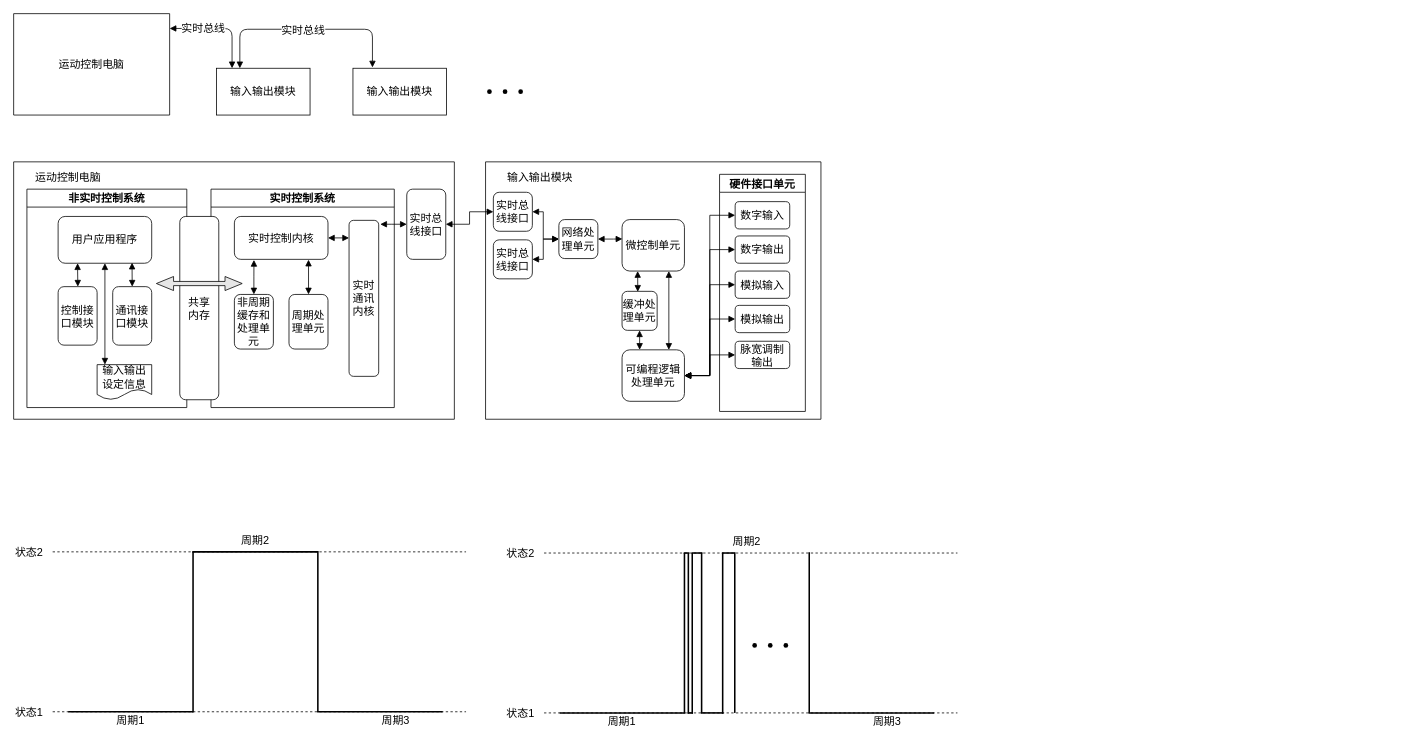
leeywin/work keeps this draw.io diagram as patent/drawing/Untitled Diagram.drawio. Above is the earlier version. Source tidied: cells renumbered, new cells numbered last; positions are measured from the earlier drawing's top-left corner, leaving out a move shared by most shapes. Both pictures are drawn from the tidied source at 78%, with x=0, y=0 at pixel (13, 13).
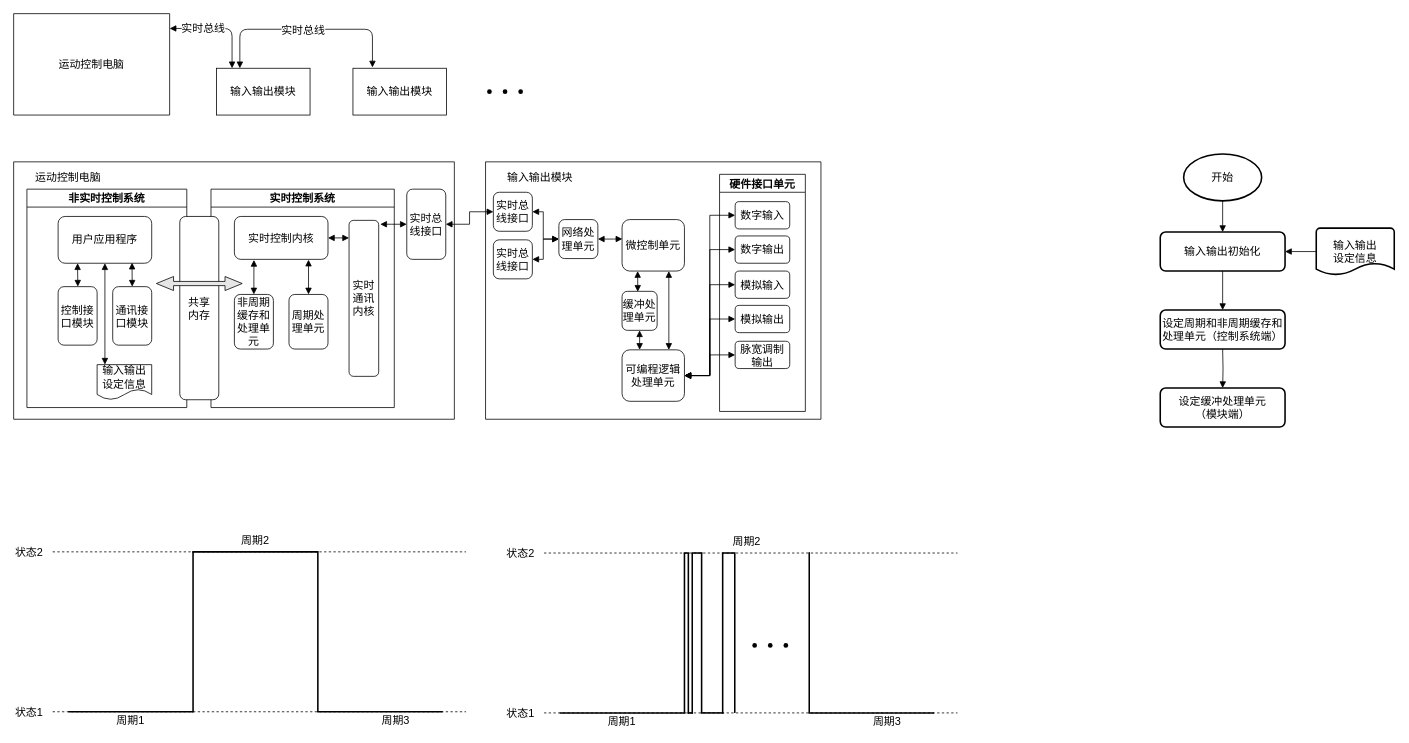
The same diagram, later.

What changed in the source:
```diff
@@
+    <mxCell id="101" parent="0" />
+    <mxCell id="102" style="edgeStyle=orthogonalEdgeStyle;rounded=0;jettySize=auto;html=1;fontSize=14;startArrow=none;startFill=0;endArrow=block;endFill=1;fillColor=#E6E6E6;" parent="101" edge="1" source="103" target="105">
+      <mxGeometry relative="1" as="geometry" />
+    </mxCell>
+    <mxCell id="103" value="开始" style="strokeWidth=2;html=1;shape=mxgraph.flowchart.start_1;whiteSpace=wrap;shadow=0;fontSize=14;fillColor=none;" parent="101" vertex="1">
+      <mxGeometry x="1500" y="180" width="100" height="60" as="geometry" />
+    </mxCell>
+    <mxCell id="104" style="edgeStyle=orthogonalEdgeStyle;rounded=0;jettySize=auto;html=1;fontSize=14;startArrow=none;startFill=0;endArrow=block;endFill=1;fillColor=#E6E6E6;" parent="101" edge="1" source="105" target="106">
+      <mxGeometry relative="1" as="geometry" />
+    </mxCell>
+    <mxCell id="105" value="输入输出初始化" style="rounded=1;whiteSpace=wrap;html=1;absoluteArcSize=1;arcSize=14;strokeWidth=2;shadow=0;fontSize=14;fillColor=none;" parent="101" vertex="1">
+      <mxGeometry x="1470" y="280" width="160" height="50" as="geometry" />
+    </mxCell>
+    <mxCell id="106" value="设定周期和非周期缓存和处理单元（控制系统端）" style="rounded=1;whiteSpace=wrap;html=1;absoluteArcSize=1;arcSize=14;strokeWidth=2;shadow=0;fontSize=14;fillColor=none;" parent="101" vertex="1">
+      <mxGeometry x="1470" y="380" width="160" height="50" as="geometry" />
+    </mxCell>
+    <mxCell id="107" style="edgeStyle=orthogonalEdgeStyle;rounded=0;jettySize=auto;html=1;fontSize=14;startArrow=none;startFill=0;endArrow=block;endFill=1;fillColor=#E6E6E6;" parent="101" edge="1" source="108" target="105">
+      <mxGeometry relative="1" as="geometry" />
+    </mxCell>
+    <mxCell id="108" value="输入输出&lt;br&gt;设定信息" style="strokeWidth=2;html=1;shape=mxgraph.flowchart.document2;whiteSpace=wrap;size=0.25;shadow=0;fontSize=14;fillColor=none;" parent="101" vertex="1">
+      <mxGeometry x="1670" y="275" width="100" height="60" as="geometry" />
+    </mxCell>
+    <mxCell id="109" style="edgeStyle=orthogonalEdgeStyle;rounded=0;jettySize=auto;html=1;fontSize=14;startArrow=none;startFill=0;endArrow=block;endFill=1;fillColor=#E6E6E6;" parent="101" edge="1" target="110">
+      <mxGeometry relative="1" as="geometry">
+        <mxPoint x="1550" y="430" as="sourcePoint" />
+      </mxGeometry>
+    </mxCell>
+    <mxCell id="110" value="设定缓冲处理单元&lt;br&gt;（模块端）" style="rounded=1;whiteSpace=wrap;html=1;absoluteArcSize=1;arcSize=14;strokeWidth=2;shadow=0;fontSize=14;fillColor=none;" parent="101" vertex="1">
+      <mxGeometry x="1470" y="480" width="160" height="50" as="geometry" />
+    </mxCell>
```
